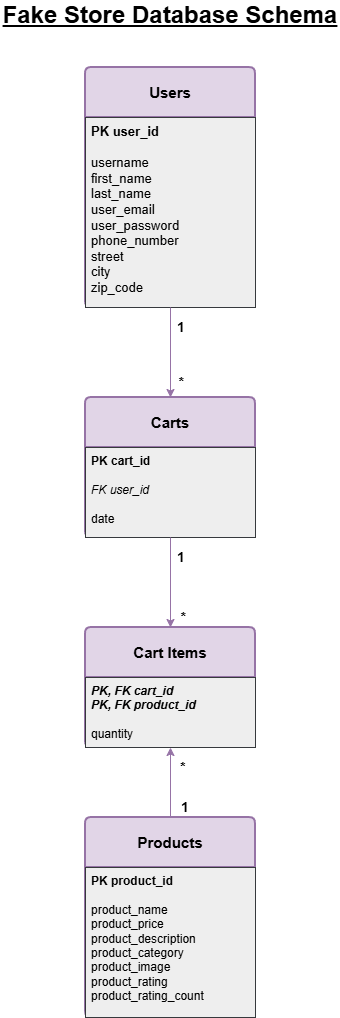
This is screenshots/er_diagram.png from rupal13g/ETL_with_API_in_python, a draw.io export, as it was before one commit. Source tidied: cells renumbered, new cells last; positions are measured from the earlier drawing's top-left corner, leaving out a move shared by most shapes.
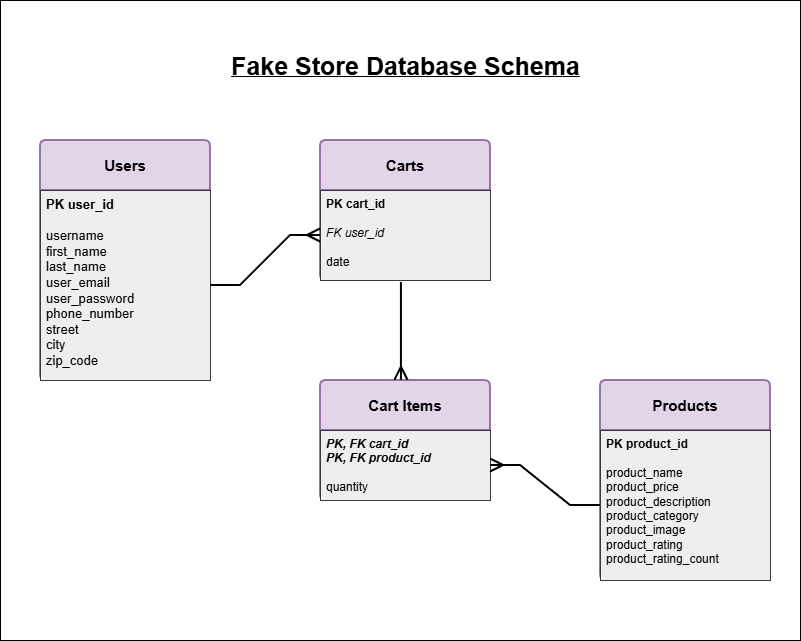
Above is the later version.

Diff of the diagram source:
```diff
@@ -2,59 +2,44 @@
   <root>
     <mxCell id="0" />
     <mxCell id="1" parent="0" />
-    <mxCell id="2" value="&lt;font style=&quot;font-size: 24px;&quot;&gt;&lt;b style=&quot;&quot;&gt;&lt;u&gt;Fake Store Database Schema&lt;/u&gt;&lt;/b&gt;&lt;/font&gt;" style="text;html=1;whiteSpace=wrap;strokeColor=none;fillColor=none;align=center;verticalAlign=middle;rounded=0;" parent="1" vertex="1">
-      <mxGeometry width="340" height="30" as="geometry" />
-    </mxCell>
+    <mxCell id="20" style="whiteSpace=wrap;html=1;" parent="1" vertex="1">
+      <mxGeometry x="-215" y="-63" width="800" height="640" as="geometry" />
+    </mxCell>
     <mxCell id="3" value="&lt;font style=&quot;font-size: 15px;&quot;&gt;&lt;b style=&quot;&quot;&gt;Users&lt;/b&gt;&lt;/font&gt;" style="swimlane;horizontal=1;startSize=50;rounded=1;fontSize=14;fontStyle=0;strokeWidth=2;shadow=0;dashed=0;align=center;arcSize=4;whiteSpace=wrap;html=1;fillColor=#e1d5e7;strokeColor=#9673a6;labelBorderColor=none;textShadow=0;" parent="1" vertex="1">
-      <mxGeometry x="85" y="67" width="170" height="240" as="geometry" />
+      <mxGeometry x="-175" y="77" width="170" height="240" as="geometry" />
     </mxCell>
     <mxCell id="4" value="&lt;div style=&quot;&quot;&gt;&lt;div style=&quot;&quot;&gt;&lt;span style=&quot;color: light-dark(rgb(0, 0, 0), rgb(255, 255, 255));&quot;&gt;&lt;font style=&quot;font-size: 13px;&quot;&gt;&lt;b&gt;PK user_id&lt;/b&gt;&lt;/font&gt;&lt;/span&gt;&lt;/div&gt;&lt;div style=&quot;&quot;&gt;&lt;font style=&quot;font-size: 13px;&quot;&gt;&lt;br&gt;&lt;/font&gt;&lt;/div&gt;&lt;font style=&quot;font-size: 13px;&quot;&gt;&lt;span style=&quot;color: light-dark(rgb(0, 0, 0), rgb(255, 255, 255));&quot;&gt;&lt;div style=&quot;&quot;&gt;&lt;span style=&quot;color: light-dark(rgb(0, 0, 0), rgb(255, 255, 255));&quot;&gt;username&lt;/span&gt;&lt;/div&gt;&lt;/span&gt;&lt;span style=&quot;color: light-dark(rgb(0, 0, 0), rgb(255, 255, 255));&quot;&gt;&lt;div style=&quot;&quot;&gt;&lt;span style=&quot;color: light-dark(rgb(0, 0, 0), rgb(255, 255, 255));&quot;&gt;first_name&lt;/span&gt;&lt;/div&gt;&lt;/span&gt;&lt;span style=&quot;color: light-dark(rgb(0, 0, 0), rgb(255, 255, 255));&quot;&gt;&lt;div style=&quot;&quot;&gt;&lt;span style=&quot;color: light-dark(rgb(0, 0, 0), rgb(255, 255, 255));&quot;&gt;last_name&lt;/span&gt;&lt;/div&gt;&lt;/span&gt;&lt;span style=&quot;color: light-dark(rgb(0, 0, 0), rgb(255, 255, 255));&quot;&gt;&lt;div style=&quot;&quot;&gt;&lt;span style=&quot;color: light-dark(rgb(0, 0, 0), rgb(255, 255, 255));&quot;&gt;user_email&lt;/span&gt;&lt;/div&gt;&lt;/span&gt;&lt;span style=&quot;color: light-dark(rgb(0, 0, 0), rgb(255, 255, 255));&quot;&gt;&lt;div style=&quot;&quot;&gt;&lt;span style=&quot;color: light-dark(rgb(0, 0, 0), rgb(255, 255, 255));&quot;&gt;user_password&lt;/span&gt;&lt;/div&gt;&lt;/span&gt;&lt;span style=&quot;color: light-dark(rgb(0, 0, 0), rgb(255, 255, 255));&quot;&gt;&lt;div style=&quot;&quot;&gt;&lt;span style=&quot;color: light-dark(rgb(0, 0, 0), rgb(255, 255, 255));&quot;&gt;phone_number&lt;/span&gt;&lt;/div&gt;&lt;/span&gt;&lt;span style=&quot;color: light-dark(rgb(0, 0, 0), rgb(255, 255, 255));&quot;&gt;&lt;div style=&quot;&quot;&gt;&lt;span style=&quot;color: light-dark(rgb(0, 0, 0), rgb(255, 255, 255));&quot;&gt;street&lt;/span&gt;&lt;/div&gt;&lt;/span&gt;&lt;span style=&quot;color: light-dark(rgb(0, 0, 0), rgb(255, 255, 255));&quot;&gt;&lt;div style=&quot;&quot;&gt;&lt;span style=&quot;color: light-dark(rgb(0, 0, 0), rgb(255, 255, 255));&quot;&gt;city&lt;/span&gt;&lt;/div&gt;&lt;/span&gt;&lt;span style=&quot;color: light-dark(rgb(0, 0, 0), rgb(255, 255, 255));&quot;&gt;&lt;div style=&quot;&quot;&gt;&lt;span style=&quot;color: light-dark(rgb(0, 0, 0), rgb(255, 255, 255));&quot;&gt;zip_code&lt;/span&gt;&lt;/div&gt;&lt;/span&gt;&lt;/font&gt;&lt;/div&gt;" style="align=left;strokeColor=#36393d;fillColor=#eeeeee;spacingLeft=4;spacingRight=4;fontSize=12;verticalAlign=top;html=1;whiteSpace=wrap;labelBackgroundColor=light-dark(default, #6245a5);" parent="3" vertex="1">
       <mxGeometry y="50" width="170" height="190" as="geometry" />
     </mxCell>
+    <mxCell id="2" value="&lt;div style=&quot;text-align: justify;&quot;&gt;&lt;b style=&quot;background-color: transparent; color: light-dark(rgb(0, 0, 0), rgb(255, 255, 255));&quot;&gt;&lt;u&gt;&lt;font style=&quot;font-size: 25px;&quot;&gt;Fake Store Database Schema&lt;/font&gt;&lt;/u&gt;&lt;/b&gt;&lt;/div&gt;" style="text;html=1;whiteSpace=wrap;align=center;verticalAlign=middle;rounded=0;opacity=0;dashed=1;" parent="1" vertex="1">
+      <mxGeometry x="12.5" y="-13" width="355" height="30" as="geometry" />
+    </mxCell>
     <mxCell id="5" value="&lt;font style=&quot;font-size: 15px;&quot;&gt;&lt;b style=&quot;&quot;&gt;Carts&lt;/b&gt;&lt;/font&gt;" style="swimlane;horizontal=1;startSize=50;rounded=1;fontSize=14;fontStyle=0;strokeWidth=2;shadow=0;dashed=0;align=center;arcSize=4;whiteSpace=wrap;html=1;fillColor=#e1d5e7;strokeColor=#9673a6;" parent="1" vertex="1">
-      <mxGeometry x="85" y="397" width="170" height="140" as="geometry" />
+      <mxGeometry x="105" y="77" width="170" height="140" as="geometry" />
     </mxCell>
     <mxCell id="6" value="&lt;div style=&quot;&quot;&gt;&lt;div style=&quot;&quot;&gt;&lt;div style=&quot;&quot;&gt;&lt;b&gt;PK cart_id&lt;/b&gt;&lt;/div&gt;&lt;div style=&quot;&quot;&gt;&lt;br&gt;&lt;/div&gt;&lt;div style=&quot;&quot;&gt;&lt;i&gt;FK user_id&lt;/i&gt;&lt;/div&gt;&lt;div style=&quot;&quot;&gt;&lt;br&gt;&lt;/div&gt;&lt;div style=&quot;&quot;&gt;date&lt;/div&gt;&lt;/div&gt;&lt;/div&gt;" style="align=left;strokeColor=#36393d;fillColor=#eeeeee;spacingLeft=4;spacingRight=4;fontSize=12;verticalAlign=top;html=1;whiteSpace=wrap;" parent="5" vertex="1">
       <mxGeometry y="50" width="170" height="90" as="geometry" />
     </mxCell>
     <mxCell id="7" value="&lt;font style=&quot;font-size: 15px;&quot;&gt;&lt;b style=&quot;&quot;&gt;Cart Items&lt;/b&gt;&lt;/font&gt;" style="swimlane;horizontal=1;startSize=50;rounded=1;fontSize=14;fontStyle=0;strokeWidth=2;shadow=0;dashed=0;align=center;arcSize=4;whiteSpace=wrap;html=1;fillColor=#e1d5e7;strokeColor=#9673a6;" parent="1" vertex="1">
-      <mxGeometry x="85" y="627" width="170" height="120" as="geometry" />
+      <mxGeometry x="105" y="317" width="170" height="120" as="geometry" />
     </mxCell>
     <mxCell id="8" value="&lt;div style=&quot;&quot;&gt;&lt;div style=&quot;&quot;&gt;&lt;div style=&quot;&quot;&gt;&lt;div style=&quot;&quot;&gt;&lt;span style=&quot;background-color: transparent; color: light-dark(rgb(0, 0, 0), rgb(255, 255, 255));&quot;&gt;&lt;b&gt;&lt;i&gt;PK, FK cart_id&lt;/i&gt;&lt;/b&gt;&lt;/span&gt;&lt;/div&gt;&lt;div style=&quot;&quot;&gt;&lt;b&gt;&lt;i&gt;PK, FK product_id&lt;/i&gt;&lt;/b&gt;&lt;/div&gt;&lt;div style=&quot;&quot;&gt;&lt;br&gt;&lt;/div&gt;&lt;div style=&quot;&quot;&gt;quantity&lt;/div&gt;&lt;/div&gt;&lt;/div&gt;&lt;/div&gt;" style="align=left;strokeColor=#36393d;fillColor=#eeeeee;spacingLeft=4;spacingRight=4;fontSize=12;verticalAlign=top;html=1;whiteSpace=wrap;" parent="7" vertex="1">
       <mxGeometry y="50" width="170" height="70" as="geometry" />
     </mxCell>
-    <mxCell id="9" style="edgeStyle=orthogonalEdgeStyle;rounded=0;jettySize=auto;html=1;exitX=0.5;exitY=0;exitDx=0;exitDy=0;entryX=0.5;entryY=1;entryDx=0;entryDy=0;fillColor=#e1d5e7;strokeColor=#9673a6;" parent="1" edge="1" source="10" target="8">
-      <mxGeometry relative="1" as="geometry" />
-    </mxCell>
     <mxCell id="10" value="&lt;font style=&quot;font-size: 15px;&quot;&gt;&lt;b style=&quot;&quot;&gt;Products&lt;/b&gt;&lt;/font&gt;" style="swimlane;horizontal=1;startSize=50;rounded=1;fontSize=14;fontStyle=0;strokeWidth=2;shadow=0;dashed=0;align=center;arcSize=4;whiteSpace=wrap;html=1;fillColor=#e1d5e7;strokeColor=#9673a6;" parent="1" vertex="1">
-      <mxGeometry x="85" y="817" width="170" height="200" as="geometry" />
+      <mxGeometry x="385" y="317" width="170" height="200" as="geometry" />
     </mxCell>
     <mxCell id="11" value="&lt;div style=&quot;&quot;&gt;&lt;div style=&quot;&quot;&gt;&lt;div style=&quot;&quot;&gt;&lt;div style=&quot;&quot;&gt;&lt;div style=&quot;&quot;&gt;&lt;b&gt;PK product_id&lt;/b&gt;&lt;/div&gt;&lt;div style=&quot;&quot;&gt;&lt;br&gt;&lt;/div&gt;&lt;div style=&quot;&quot;&gt;product_name&lt;/div&gt;&lt;div style=&quot;&quot;&gt;product_price&lt;/div&gt;&lt;div style=&quot;&quot;&gt;product_description&lt;/div&gt;&lt;div style=&quot;&quot;&gt;product_category&lt;/div&gt;&lt;div style=&quot;&quot;&gt;product_image&lt;/div&gt;&lt;div style=&quot;&quot;&gt;product_rating&lt;/div&gt;&lt;div style=&quot;&quot;&gt;product_rating_count&lt;/div&gt;&lt;/div&gt;&lt;/div&gt;&lt;/div&gt;&lt;/div&gt;" style="align=left;strokeColor=#36393d;fillColor=#eeeeee;spacingLeft=4;spacingRight=4;fontSize=12;verticalAlign=top;html=1;whiteSpace=wrap;" parent="10" vertex="1">
       <mxGeometry y="50" width="170" height="150" as="geometry" />
     </mxCell>
-    <mxCell id="12" style="edgeStyle=orthogonalEdgeStyle;rounded=0;jettySize=auto;html=1;exitX=0.5;exitY=1;exitDx=0;exitDy=0;entryX=0.5;entryY=0;entryDx=0;entryDy=0;fillColor=#e1d5e7;strokeColor=#9673a6;" parent="1" edge="1" source="4" target="5">
-      <mxGeometry relative="1" as="geometry" />
-    </mxCell>
+    <mxCell id="21" style="edgeStyle=entityRelationEdgeStyle;fontSize=12;html=1;endArrow=ERmany;rounded=0;entryX=0;entryY=0.5;entryDx=0;entryDy=0;exitX=1;exitY=0.5;exitDx=0;exitDy=0;startSize=16;endSize=10;strokeWidth=2;" parent="1" edge="1" source="4" target="6">
+      <mxGeometry relative="1" as="geometry" />
+    </mxCell>
-    <mxCell id="13" style="edgeStyle=orthogonalEdgeStyle;rounded=0;jettySize=auto;html=1;exitX=0.5;exitY=1;exitDx=0;exitDy=0;entryX=0.5;entryY=0;entryDx=0;entryDy=0;fillColor=#e1d5e7;strokeColor=#9673a6;" parent="1" edge="1" source="6" target="7">
+    <mxCell id="13" style="fontSize=12;html=1;endArrow=ERmany;rounded=0;entryX=0.476;entryY=-0.002;entryDx=0;entryDy=0;exitX=0.476;exitY=1.022;exitDx=0;exitDy=0;entryPerimeter=0;exitPerimeter=0;startSize=16;endSize=10;strokeWidth=2;" parent="1" edge="1" source="6" target="7">
       <mxGeometry relative="1" as="geometry" />
     </mxCell>
-    <mxCell id="14" value="&lt;font style=&quot;font-size: 14px;&quot;&gt;&lt;b&gt;1&lt;/b&gt;&lt;/font&gt;" style="text;html=1;whiteSpace=wrap;strokeColor=none;fillColor=none;align=center;verticalAlign=middle;rounded=0;" parent="1" vertex="1">
-      <mxGeometry x="166.2" y="317" width="30" height="20" as="geometry" />
-    </mxCell>
-    <mxCell id="15" value="&lt;font style=&quot;font-size: 14px;&quot;&gt;&lt;b&gt;*&lt;/b&gt;&lt;/font&gt;" style="text;html=1;whiteSpace=wrap;strokeColor=none;fillColor=none;align=center;verticalAlign=middle;rounded=0;" parent="1" vertex="1">
-      <mxGeometry x="170" y="377" width="22.5" height="10" as="geometry" />
-    </mxCell>
-    <mxCell id="16" value="&lt;font style=&quot;font-size: 14px;&quot;&gt;&lt;b&gt;1&lt;/b&gt;&lt;/font&gt;" style="text;html=1;whiteSpace=wrap;strokeColor=none;fillColor=none;align=center;verticalAlign=middle;rounded=0;" parent="1" vertex="1">
-      <mxGeometry x="166.2" y="547" width="30" height="20" as="geometry" />
-    </mxCell>
-    <mxCell id="17" value="&lt;font style=&quot;font-size: 14px;&quot;&gt;&lt;b&gt;*&lt;/b&gt;&lt;/font&gt;" style="text;html=1;whiteSpace=wrap;strokeColor=none;fillColor=none;align=center;verticalAlign=middle;rounded=0;" parent="1" vertex="1">
-      <mxGeometry x="171.2" y="607" width="25" height="20" as="geometry" />
-    </mxCell>
-    <mxCell id="18" value="&lt;font style=&quot;font-size: 14px;&quot;&gt;&lt;b&gt;*&lt;/b&gt;&lt;/font&gt;" style="text;html=1;whiteSpace=wrap;strokeColor=none;fillColor=none;align=center;verticalAlign=middle;rounded=0;" parent="1" vertex="1">
-      <mxGeometry x="167.5" y="757" width="30" height="20" as="geometry" />
-    </mxCell>
-    <mxCell id="19" value="&lt;font style=&quot;font-size: 14px;&quot;&gt;&lt;b&gt;1&lt;/b&gt;&lt;/font&gt;" style="text;html=1;whiteSpace=wrap;strokeColor=none;fillColor=none;align=center;verticalAlign=middle;rounded=0;" parent="1" vertex="1">
-      <mxGeometry x="170" y="797" width="30" height="20" as="geometry" />
-    </mxCell>
+    <mxCell id="22" style="edgeStyle=entityRelationEdgeStyle;fontSize=12;html=1;endArrow=ERmany;rounded=0;entryX=1;entryY=0.5;entryDx=0;entryDy=0;exitX=0;exitY=0.5;exitDx=0;exitDy=0;startSize=16;endSize=10;strokeWidth=2;" parent="1" edge="1" source="11" target="8">
+      <mxGeometry relative="1" as="geometry" />
+    </mxCell>
   </root>
 </mxGraphModel>
```
